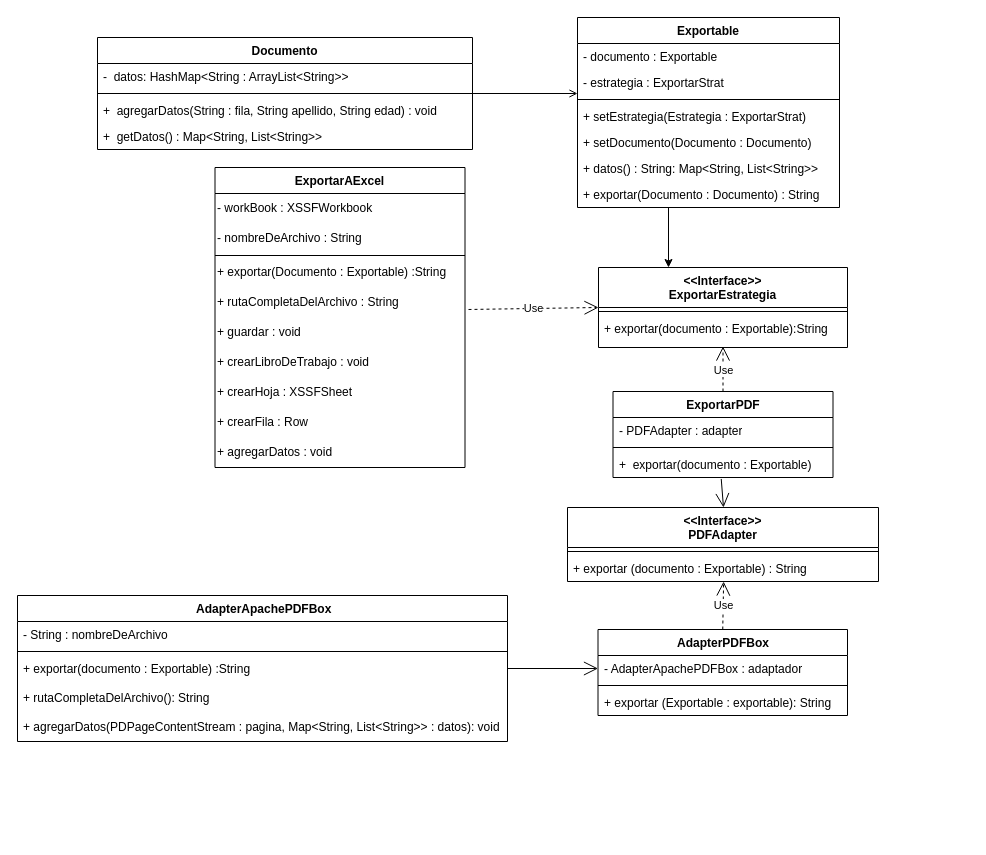
This is V1/BuffaFernandez - Diagrama V1.drawio from AustroPa/ModuloExportador-Buffa-Fernandez, a draw.io file, before an edit. Source tidied: cells renumbered, new cells numbered last; positions are measured from the earlier drawing's top-left corner, leaving out a move shared by most shapes. Both pictures are drawn from the tidied source at 100%, with x=0, y=0 at pixel (17, 17).
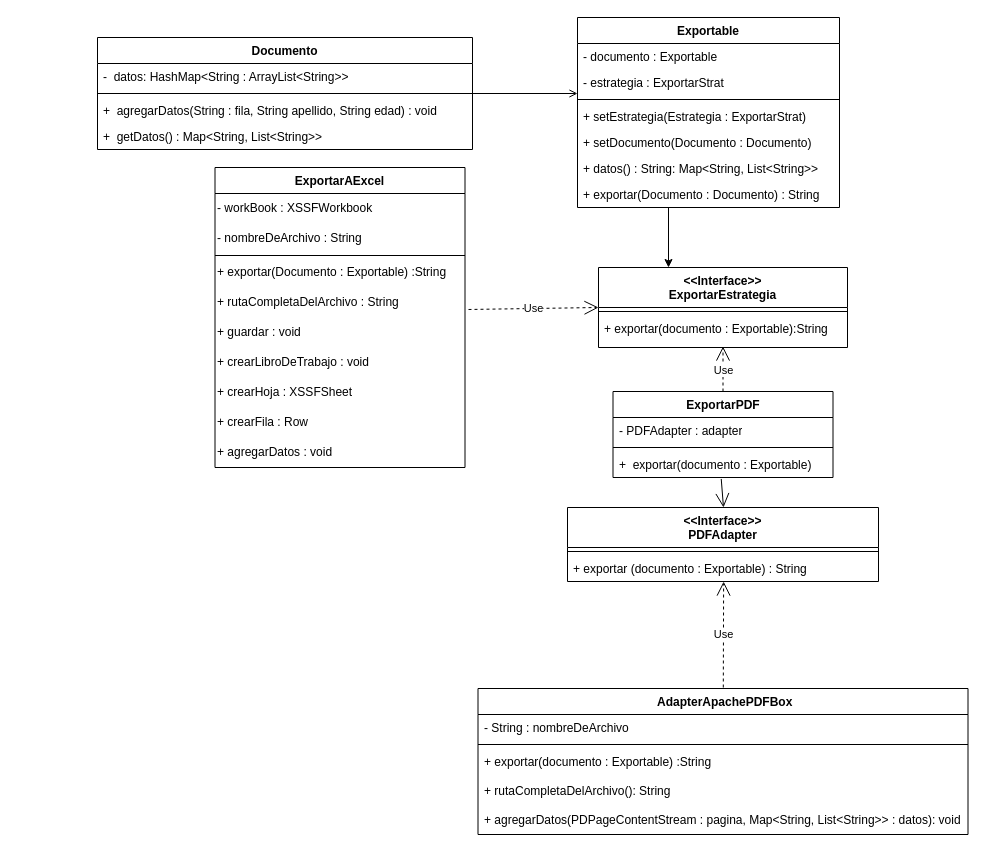
Above is the later version.

Unchanged cells that the change refers to:
```xml
<mxCell id="39" value="+ exportar (documento :&amp;nbsp;Exportable) : String" style="text;strokeColor=none;fillColor=none;align=left;verticalAlign=top;spacingLeft=4;spacingRight=4;overflow=hidden;points=[[0,0.5],[1,0.5]];portConstraint=eastwest;whiteSpace=wrap;html=1;" parent="37" vertex="1">
  <mxGeometry y="48" width="311" height="26" as="geometry" />
</mxCell>
```

The edit, as a diff of the source:
```diff
@@
-    <mxCell id="40" value="AdapterPDFBox" style="swimlane;fontStyle=1;align=center;verticalAlign=top;horizontal=1;startSize=26;whiteSpace=wrap;html=1;swimlaneFillColor=default;" parent="1" vertex="1">
-      <mxGeometry x="580.5" y="612" width="249.5" height="86" as="geometry" />
-    </mxCell>
-    <mxCell id="41" value="- AdapterApachePDFBox : adaptador" style="text;strokeColor=none;fillColor=none;align=left;verticalAlign=top;spacingLeft=4;spacingRight=4;overflow=hidden;points=[[0,0.5],[1,0.5]];portConstraint=eastwest;whiteSpace=wrap;html=1;" parent="40" vertex="1">
-      <mxGeometry y="26" width="249.5" height="26" as="geometry" />
-    </mxCell>
-    <mxCell id="42" style="line;strokeWidth=1;fillColor=none;align=left;verticalAlign=middle;spacingTop=-1;spacingLeft=3;spacingRight=3;labelPosition=right;strokeColor=inherit;" parent="40" vertex="1">
-      <mxGeometry y="52" width="249.5" height="8" as="geometry" />
-    </mxCell>
-    <mxCell id="43" value="+ exportar (Exportable : exportable): String" style="text;strokeColor=none;fillColor=none;align=left;verticalAlign=top;spacingLeft=4;spacingRight=4;overflow=hidden;whiteSpace=wrap;html=1;" parent="40" vertex="1">
-      <mxGeometry y="60" width="249.5" height="26" as="geometry" />
-    </mxCell>
     <mxCell id="44" value="&amp;nbsp;AdapterApachePDFBox" style="swimlane;fontStyle=1;align=center;verticalAlign=top;horizontal=1;startSize=26;whiteSpace=wrap;html=1;swimlaneFillColor=default;" parent="1" vertex="1">
-      <mxGeometry y="578" width="490" height="146" as="geometry" />
+      <mxGeometry x="460.5" y="671" width="490" height="146" as="geometry" />
     </mxCell>
@@
-    <mxCell id="48" style="endArrow=open;endFill=1;endSize=12;html=1;rounded=0;exitX=1;exitY=0.5;exitDx=0;exitDy=0;entryX=0;entryY=0.5;entryDx=0;entryDy=0;" parent="1" edge="1" source="44" target="41">
-      <mxGeometry relative="1" as="geometry" />
-    </mxCell>
@@
-    <mxCell id="50" value="Use" style="endArrow=open;endSize=12;dashed=1;html=1;rounded=0;exitX=0.5;exitY=0;exitDx=0;exitDy=0;entryX=0.502;entryY=1.002;entryDx=0;entryDy=0;entryPerimeter=0;" parent="1" edge="1" source="40" target="39">
-      <mxGeometry relative="1" as="geometry" />
+    <mxCell id="50" value="Use" style="endArrow=open;endSize=12;dashed=1;html=1;rounded=0;exitX=0.5;exitY=0;exitDx=0;exitDy=0;entryX=0.502;entryY=1.002;entryDx=0;entryDy=0;entryPerimeter=0;" parent="1" edge="1" target="39">
+      <mxGeometry relative="1" as="geometry">
+        <mxPoint x="705.8" y="670" as="sourcePoint" />
+      </mxGeometry>
     </mxCell>
```
